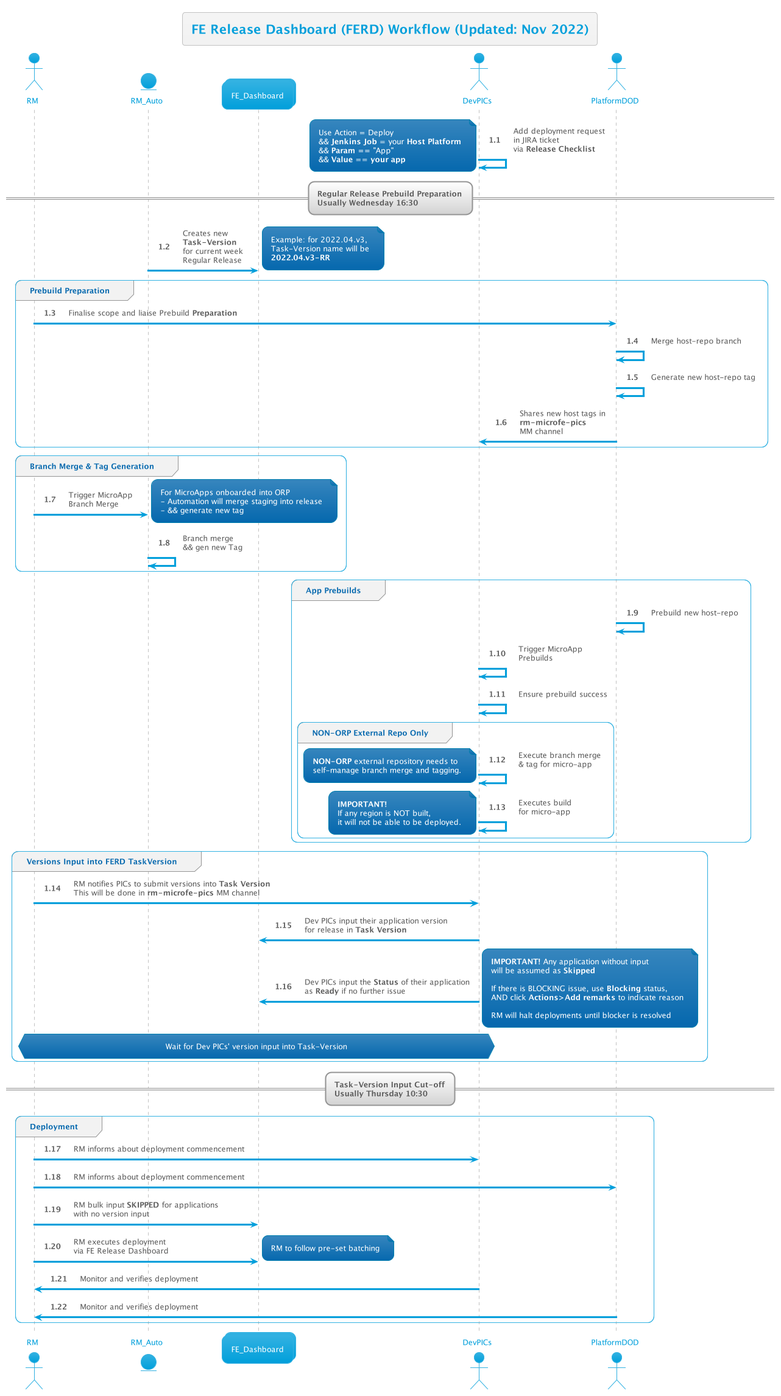
Before: out/FE Release Dashboard/Workflow/1/1.png, a diagram exported from PlantUML (thetomitomo/diagrams).
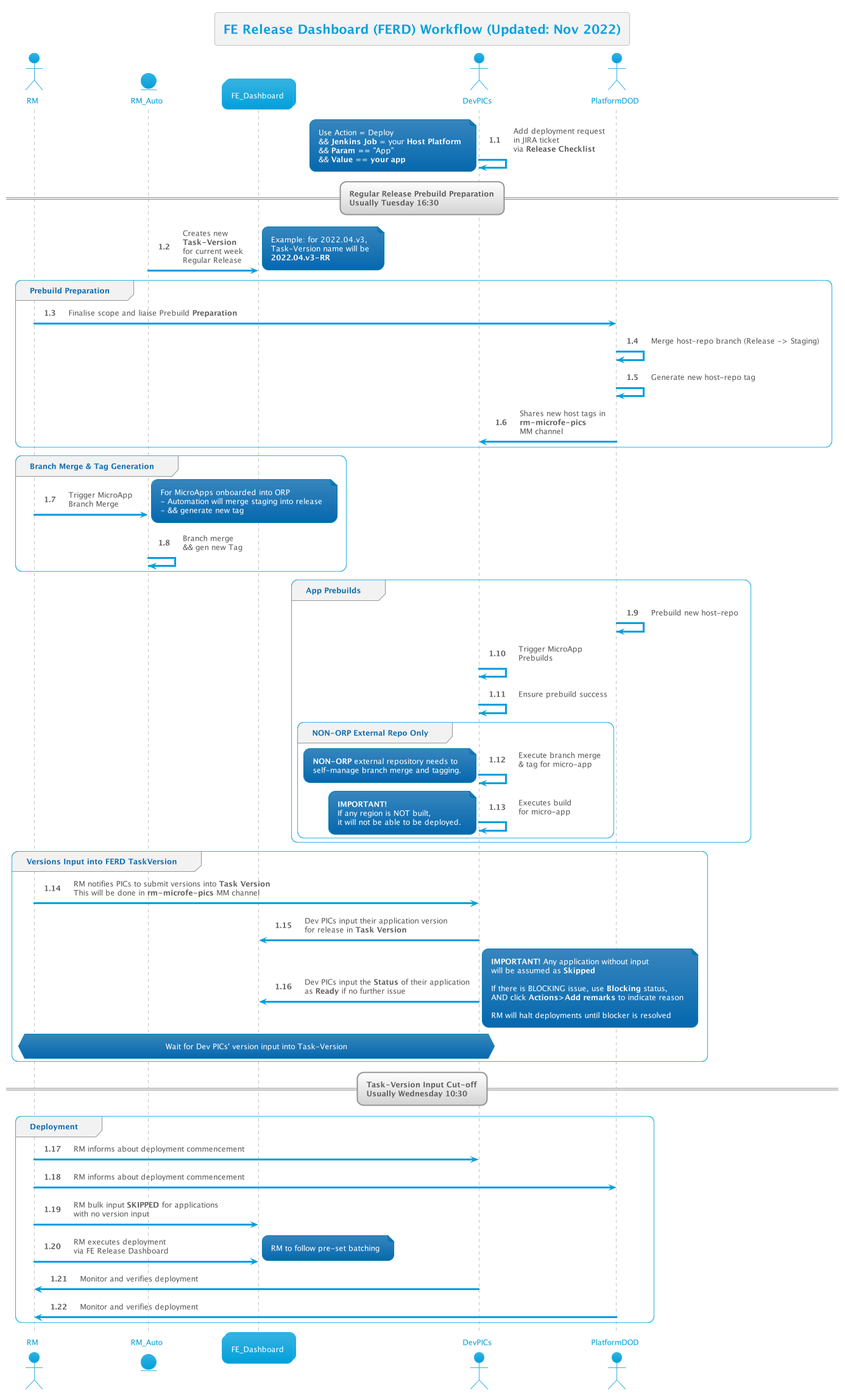
Above is the later version.

The edit, as a diff of the source:
```diff
@@ -13,7 +13,7 @@
     && **Value** == **your app**
 end note
 
-== Regular Release Prebuild Preparation\nUsually Wednesday 16:30  ==
+== Regular Release Prebuild Preparation\nUsually Tuesday 16:30  ==
 
 RM_Auto -> Dash : Creates new \n<b>Task-Version</b>\nfor current week\nRegular Release
 note right
@@ -24,7 +24,7 @@
 
 group Prebuild Preparation
     RM -> PlatformDOD : Finalise scope and liaise Prebuild **Preparation**
-    PlatformDOD -> PlatformDOD : Merge host-repo branch
+    PlatformDOD -> PlatformDOD : Merge host-repo branch (Release -> Staging)
     PlatformDOD -> PlatformDOD : Generate new host-repo tag
     PlatformDOD->DevPICs : Shares new host tags in\n<b>rm-microfe-pics</b>\nMM channel
 end
@@ -79,7 +79,7 @@
     hnote over RM,DevPICs: Wait for Dev PICs' version input into Task-Version
 end
 
-== Task-Version Input Cut-off\nUsually Thursday 10:30  ==
+== Task-Version Input Cut-off\nUsually Wednesday 10:30  ==
 
 group Deployment
     RM -> DevPICs : RM informs about deployment commencement
```
